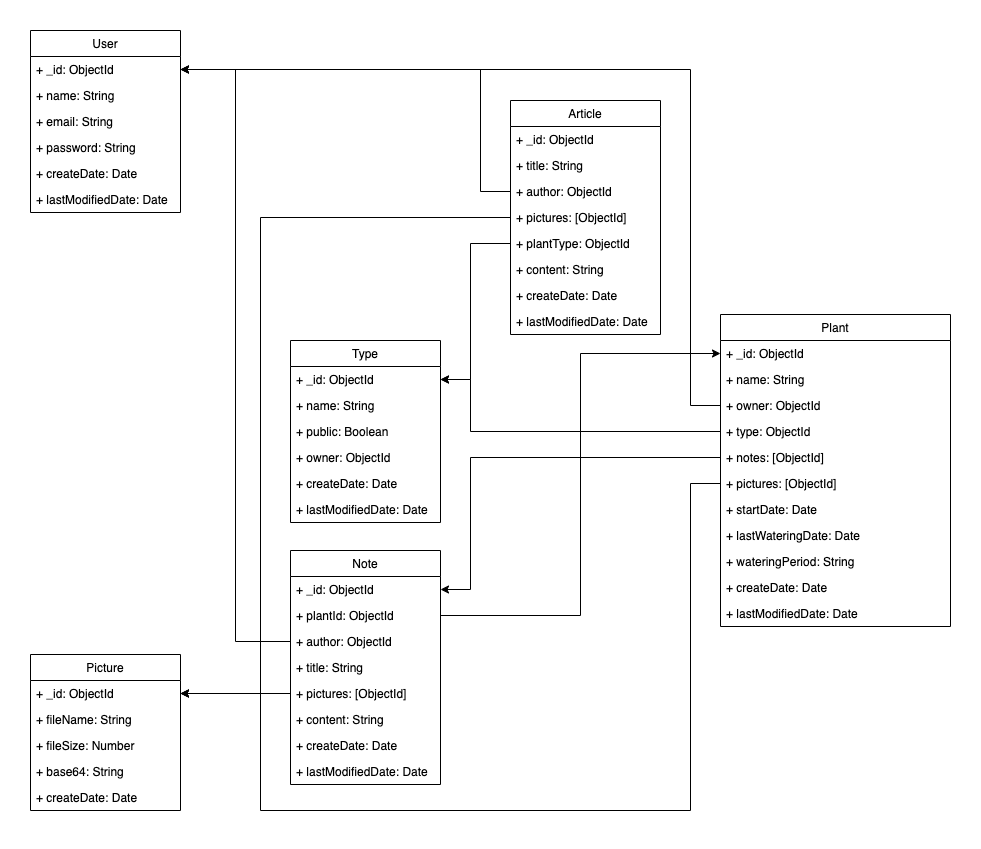
BoChenHuang/MyPlantNote_backend keeps this draw.io diagram as MyPlantNote.db_schema.png. Above is the earlier version. Source tidied: cells renumbered, new cells last; positions are measured from the earlier drawing's top-left corner, leaving out a move shared by most shapes.
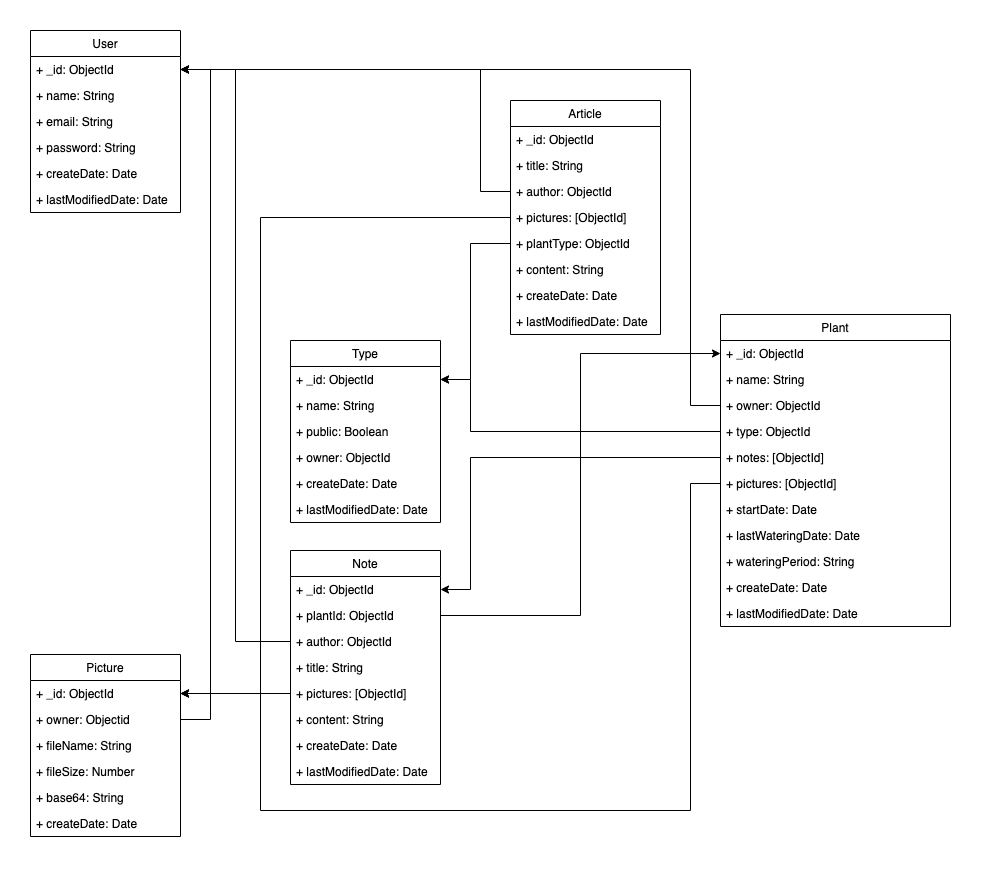
After the change.

What changed in the source:
```diff
@@ -81,22 +81,25 @@
       <mxGeometry y="156" width="150" height="26" as="geometry" />
     </mxCell>
     <mxCell id="28" value="Picture" style="swimlane;fontStyle=0;horizontal=1;startSize=26;fillColor=none;" parent="1" vertex="1">
-      <mxGeometry y="624" width="150" height="156" as="geometry" />
+      <mxGeometry y="624" width="150" height="182" as="geometry" />
     </mxCell>
     <mxCell id="29" value="+ _id: ObjectId" style="text;strokeColor=none;fillColor=none;align=left;verticalAlign=top;spacingLeft=4;spacingRight=4;overflow=hidden;points=[[0,0.5],[1,0.5]];portConstraint=eastwest;" parent="28" vertex="1">
       <mxGeometry y="26" width="150" height="26" as="geometry" />
     </mxCell>
+    <mxCell id="63" value="+ owner: Objectid" style="text;strokeColor=none;fillColor=none;align=left;verticalAlign=top;spacingLeft=4;spacingRight=4;overflow=hidden;points=[[0,0.5],[1,0.5]];portConstraint=eastwest;" parent="28" vertex="1">
+      <mxGeometry y="52" width="150" height="26" as="geometry" />
+    </mxCell>
     <mxCell id="30" value="+ fileName: String" style="text;strokeColor=none;fillColor=none;align=left;verticalAlign=top;spacingLeft=4;spacingRight=4;overflow=hidden;" parent="28" vertex="1">
-      <mxGeometry y="52" width="150" height="26" as="geometry" />
+      <mxGeometry y="78" width="150" height="26" as="geometry" />
     </mxCell>
     <mxCell id="31" value="+ fileSize: Number" style="text;strokeColor=none;fillColor=none;align=left;verticalAlign=top;spacingLeft=4;spacingRight=4;overflow=hidden;" parent="28" vertex="1">
-      <mxGeometry y="78" width="150" height="26" as="geometry" />
+      <mxGeometry y="104" width="150" height="26" as="geometry" />
     </mxCell>
     <mxCell id="32" value="+ base64: String" style="text;strokeColor=none;fillColor=none;align=left;verticalAlign=top;spacingLeft=4;spacingRight=4;overflow=hidden;" parent="28" vertex="1">
-      <mxGeometry y="104" width="150" height="26" as="geometry" />
+      <mxGeometry y="130" width="150" height="26" as="geometry" />
     </mxCell>
     <mxCell id="33" value="+ createDate: Date" style="text;strokeColor=none;fillColor=none;align=left;verticalAlign=top;spacingLeft=4;spacingRight=4;overflow=hidden;" parent="28" vertex="1">
-      <mxGeometry y="130" width="150" height="26" as="geometry" />
+      <mxGeometry y="156" width="150" height="26" as="geometry" />
     </mxCell>
     <mxCell id="34" value="Note" style="swimlane;fontStyle=0;horizontal=1;startSize=26;fillColor=none;" parent="1" vertex="1">
       <mxGeometry x="260" y="520" width="150" height="234" as="geometry" />
@@ -227,5 +230,13 @@
     <mxCell id="62" style="edgeStyle=orthogonalEdgeStyle;rounded=0;jettySize=auto;html=1;exitX=0;exitY=0.5;exitDx=0;exitDy=0;" parent="1" edge="1" source="37" target="3">
       <mxGeometry relative="1" as="geometry" />
     </mxCell>
+    <mxCell id="64" style="edgeStyle=orthogonalEdgeStyle;rounded=0;jettySize=auto;html=1;" parent="1" edge="1" source="63" target="3">
+      <mxGeometry relative="1" as="geometry">
+        <Array as="points">
+          <mxPoint x="180" y="689" />
+          <mxPoint x="180" y="39" />
+        </Array>
+      </mxGeometry>
+    </mxCell>
   </root>
 </mxGraphModel>
```
